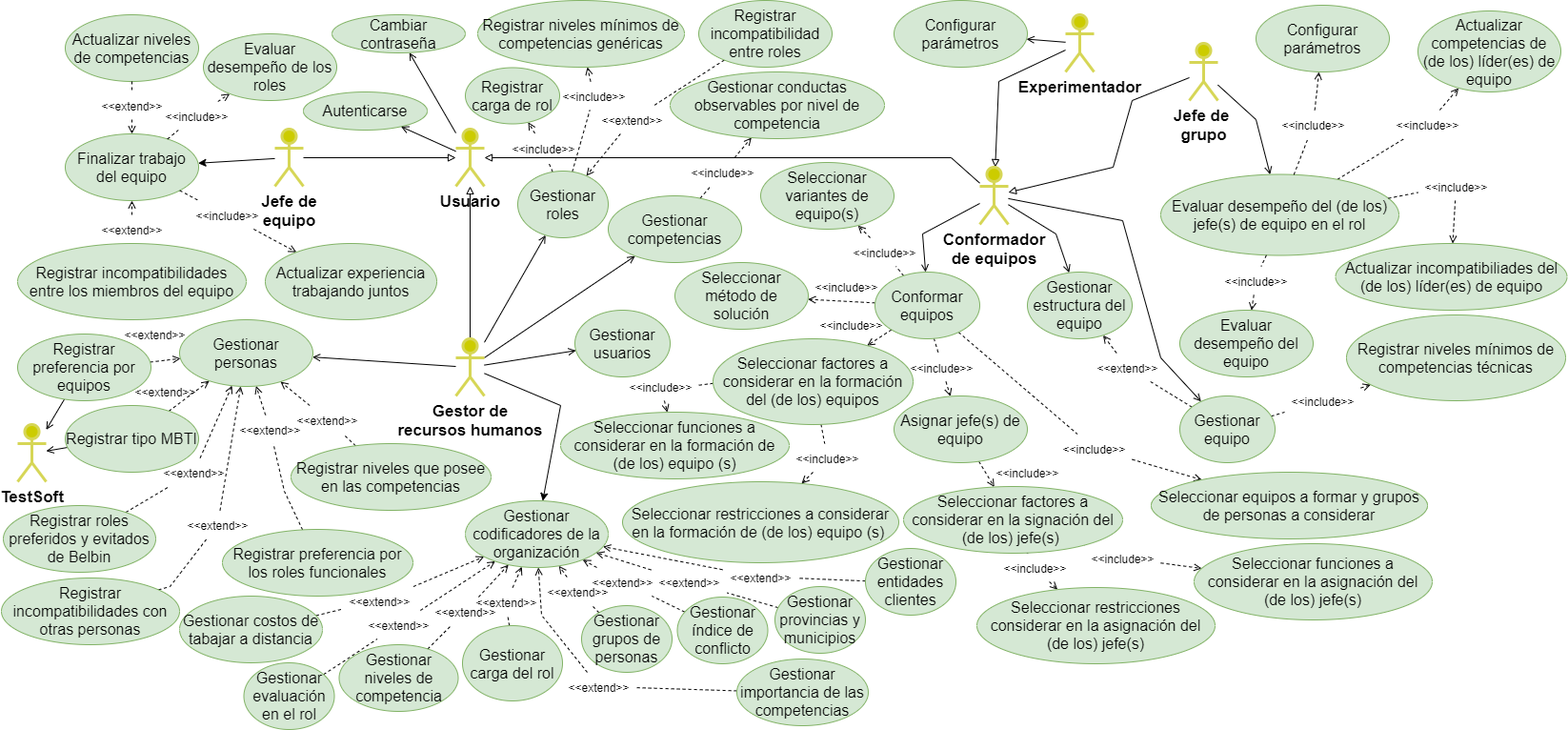
This is figuras/diagrama_CUTeamSoft.png from jpinas1998/doc-tesis, a draw.io export, as it was before one commit. Source tidied: cells renumbered, new cells last; positions are measured from the earlier drawing's top-left corner, leaving out a move shared by most shapes.
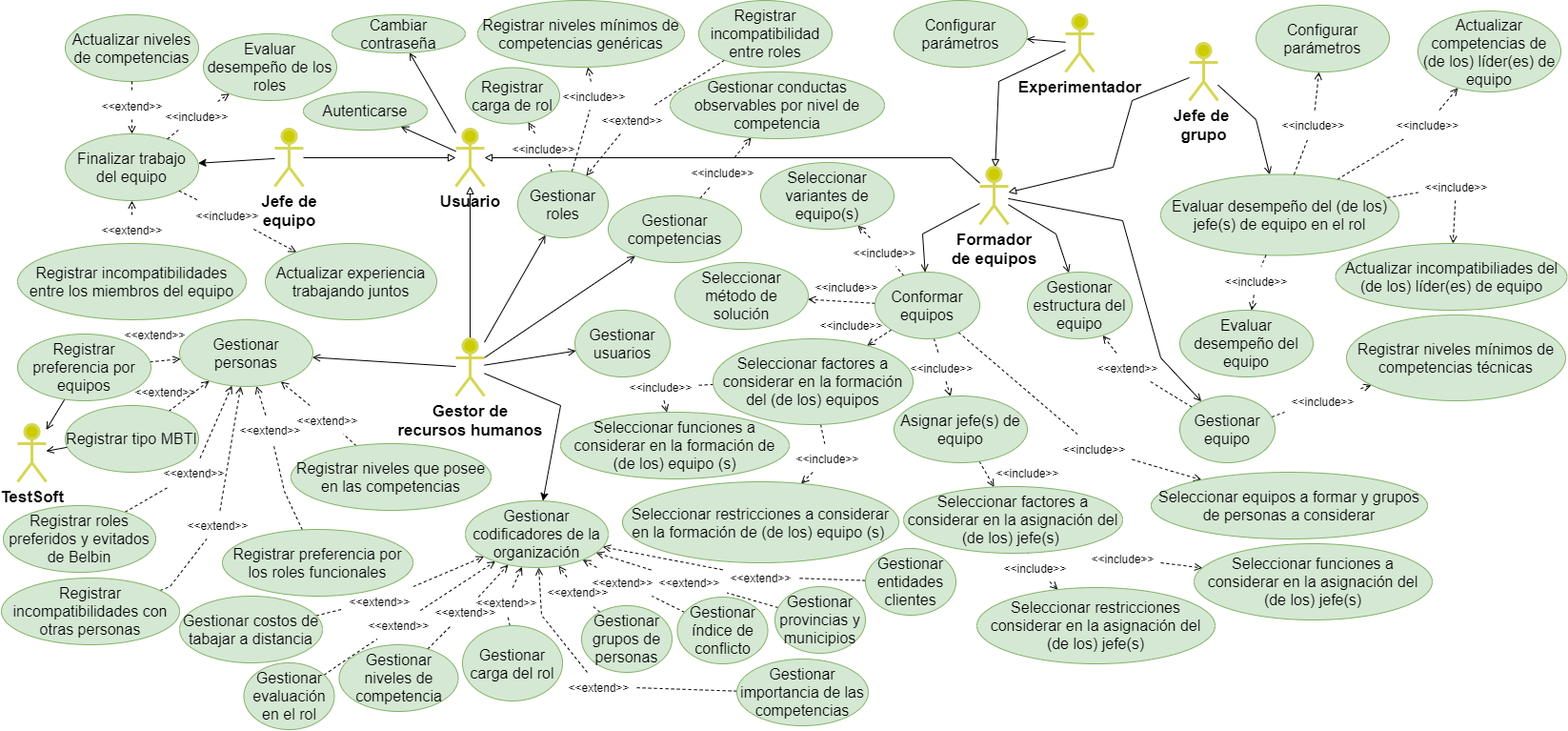
The same diagram one commit later.

What changed in the source:
```diff
@@ -87,7 +87,7 @@
         </Array>
       </mxGeometry>
     </mxCell>
-    <mxCell id="22" value="&lt;font style=&quot;font-size: 17px&quot;&gt;&lt;b&gt;Conformador&lt;br&gt;de equipos&lt;br&gt;&lt;/b&gt;&lt;/font&gt;" style="shape=umlActor;html=1;verticalLabelPosition=bottom;verticalAlign=top;align=center;strokeColor=#D6D656;strokeWidth=3;fillColor=#CCCC00;" parent="1" vertex="1">
+    <mxCell id="22" value="&lt;font style=&quot;font-size: 17px&quot;&gt;&lt;b&gt;Formador&lt;br&gt;de equipos&lt;br&gt;&lt;/b&gt;&lt;/font&gt;" style="shape=umlActor;html=1;verticalLabelPosition=bottom;verticalAlign=top;align=center;strokeColor=#D6D656;strokeWidth=3;fillColor=#CCCC00;" parent="1" vertex="1">
       <mxGeometry x="1027" y="175" width="30" height="60" as="geometry" />
     </mxCell>
     <mxCell id="23" style="edgeStyle=none;rounded=0;jettySize=auto;html=1;endArrow=block;endFill=0;fontSize=17;" parent="1" edge="1" source="25" target="22">
@@ -362,7 +362,7 @@
     <mxCell id="107" style="edgeStyle=none;rounded=0;jettySize=auto;html=1;dashed=1;endArrow=none;endFill=0;" parent="1" edge="1" source="108" target="181">
       <mxGeometry relative="1" as="geometry" />
     </mxCell>
-    <mxCell id="108" value="&lt;span style=&quot;font-size: 16px&quot;&gt;Seleccionar factores a considerar en la signación del (de los) jefe(s)&amp;nbsp;&lt;/span&gt;" style="ellipse;whiteSpace=wrap;html=1;fontSize=11;fillColor=#d5e8d4;strokeColor=#82b366;" parent="1" vertex="1">
+    <mxCell id="108" value="&lt;span style=&quot;font-size: 16px&quot;&gt;Seleccionar factores a considerar en la asignación del (de los) jefe(s)&amp;nbsp;&lt;/span&gt;" style="ellipse;whiteSpace=wrap;html=1;fontSize=11;fillColor=#d5e8d4;strokeColor=#82b366;" parent="1" vertex="1">
       <mxGeometry x="947" y="510" width="230" height="70" as="geometry" />
     </mxCell>
     <mxCell id="109" value="&lt;span style=&quot;font-size: 16px&quot;&gt;Seleccionar funciones a considerar en la asignación del (de los) jefe(s)&lt;/span&gt;" style="ellipse;whiteSpace=wrap;html=1;fontSize=11;fillColor=#d5e8d4;strokeColor=#82b366;" parent="1" vertex="1">
```
